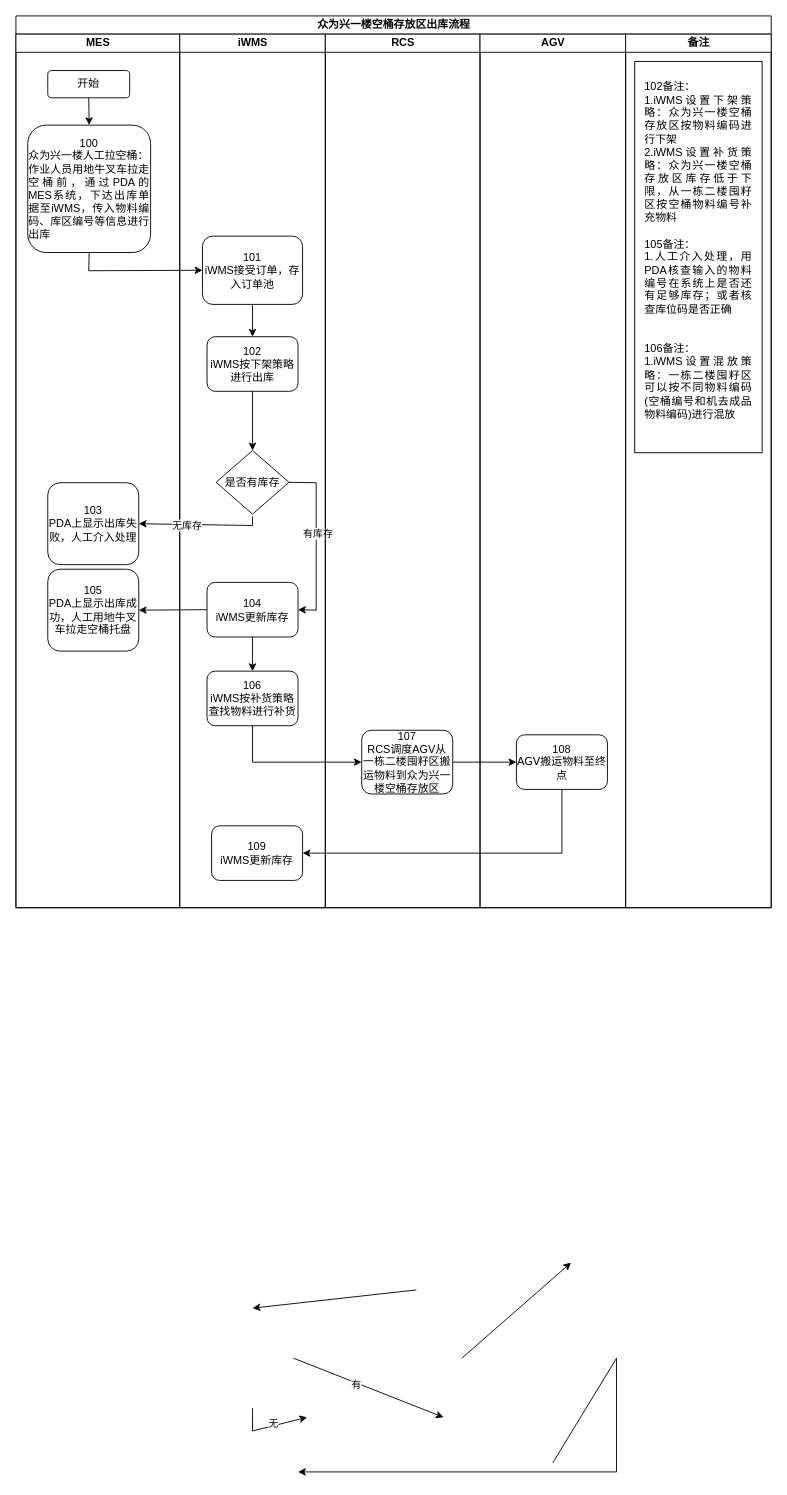
This is page "众为兴一楼空桶存放区出库流程" (3 of 15) of data/晾籽出籽区到恒温屯籽区流程.drawio from chenyanxi/hosts, a draw.io file, before an edit. Source tidied: cells renumbered, new cells numbered last; positions are measured from the earlier drawing's top-left corner, leaving out a move shared by most shapes. Both pictures are drawn from the tidied source at 91%, with x=0, y=0 at pixel (15, 15).
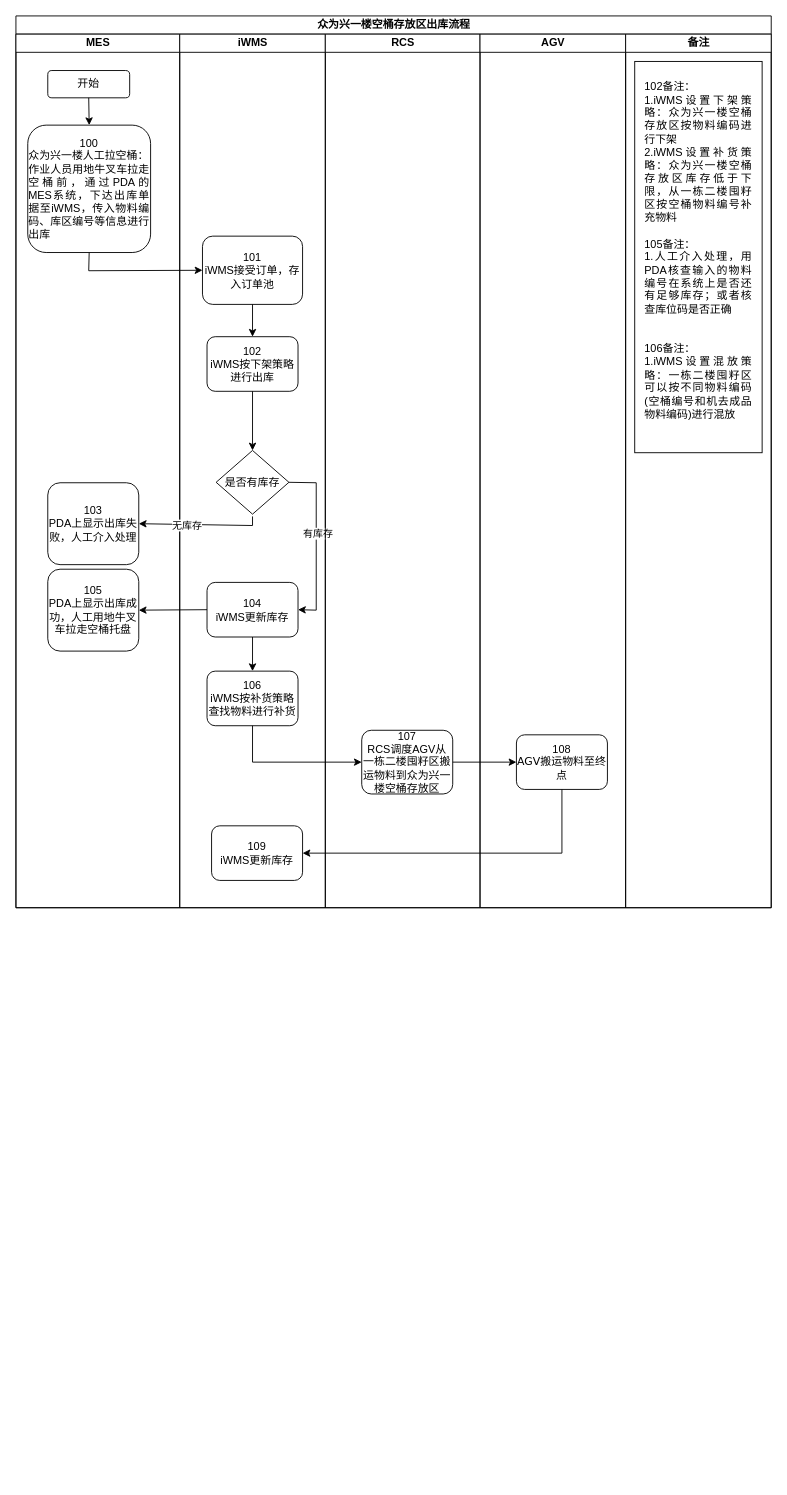
The same diagram, later.

Unchanged cells that the change refers to:
```xml
<mxCell id="2" value="&lt;font style=&quot;font-size: 12px;&quot;&gt;众为兴一楼空桶存放区出库流程&lt;/font&gt;" style="swimlane;html=1;startSize=20;rounded=0;shadow=0;labelBackgroundColor=none;strokeWidth=1;fontFamily=Verdana;fontSize=8;align=center;" parent="1" vertex="1">
  <mxGeometry width="830" height="980" as="geometry" />
</mxCell>
<mxCell id="9" value="iWMS" style="swimlane;html=1;startSize=20;" parent="2" vertex="1">
  <mxGeometry x="180" y="20" width="160" height="960" as="geometry" />
</mxCell>
```

The edit, as a diff of the source:
```diff
@@
-    <mxCell id="21" style="endArrow=classic;html=1;rounded=0;exitX=0.5;exitY=1;exitDx=0;exitDy=0;entryX=0.5;entryY=0;entryDx=0;entryDy=0;" parent="9" edge="1">
-      <mxGeometry relative="1" as="geometry">
-        <mxPoint x="260" y="1380" as="sourcePoint" />
-        <mxPoint x="80" y="1400" as="targetPoint" />
-      </mxGeometry>
-    </mxCell>
@@
-    <mxCell id="33" style="endArrow=classic;html=1;rounded=0;exitX=1;exitY=0.5;exitDx=0;exitDy=0;entryX=0;entryY=0.5;entryDx=0;entryDy=0;" parent="2" edge="1">
-      <mxGeometry relative="1" as="geometry">
-        <mxPoint x="305" y="1475" as="sourcePoint" />
-        <mxPoint x="470" y="1540" as="targetPoint" />
-      </mxGeometry>
-    </mxCell>
-    <mxCell id="34" value="有" style="edgeLabel;html=1;align=center;verticalAlign=middle;" parent="33" vertex="1">
-      <mxGeometry x="-0.16" y="-1" relative="1" as="geometry" />
-    </mxCell>
-    <mxCell id="35" style="endArrow=classic;html=1;rounded=0;exitX=1;exitY=0.5;exitDx=0;exitDy=0;entryX=0;entryY=0.5;entryDx=0;entryDy=0;" parent="2" edge="1">
-      <mxGeometry relative="1" as="geometry">
-        <mxPoint x="490" y="1475" as="sourcePoint" />
-        <mxPoint x="610" y="1370" as="targetPoint" />
-      </mxGeometry>
-    </mxCell>
-    <mxCell id="36" style="endArrow=classic;html=1;rounded=0;exitX=1;exitY=0.5;exitDx=0;exitDy=0;entryX=1;entryY=0.5;entryDx=0;entryDy=0;" parent="2" edge="1">
-      <mxGeometry relative="1" as="geometry">
-        <mxPoint x="590" y="1590" as="sourcePoint" />
-        <mxPoint x="310" y="1600" as="targetPoint" />
-        <Array as="points">
-          <mxPoint x="660" y="1475" />
-          <mxPoint x="660" y="1600" />
-        </Array>
-      </mxGeometry>
-    </mxCell>
-    <mxCell id="37" style="endArrow=classic;html=1;rounded=0;exitX=0.5;exitY=1;exitDx=0;exitDy=0;entryX=0;entryY=0.5;entryDx=0;entryDy=0;" parent="2" edge="1">
-      <mxGeometry relative="1" as="geometry">
-        <mxPoint x="260" y="1530" as="sourcePoint" />
-        <mxPoint x="320" y="1540" as="targetPoint" />
-        <Array as="points">
-          <mxPoint x="260" y="1555" />
-        </Array>
-      </mxGeometry>
-    </mxCell>
-    <mxCell id="38" value="无" style="edgeLabel;html=1;align=center;verticalAlign=middle;" parent="37" vertex="1">
-      <mxGeometry x="0.13" y="3" relative="1" as="geometry" />
-    </mxCell>
```
